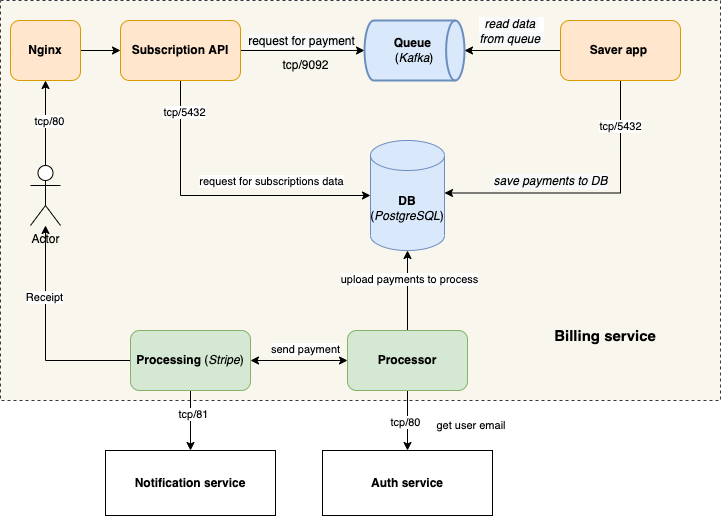
Above: scheme/billing_scheme.png in NataliaLaktyushkina/billing_service (draw.io), before the change. Source tidied: cells renumbered, new cells last; positions are measured from the earlier drawing's top-left corner, leaving out a move shared by most shapes.
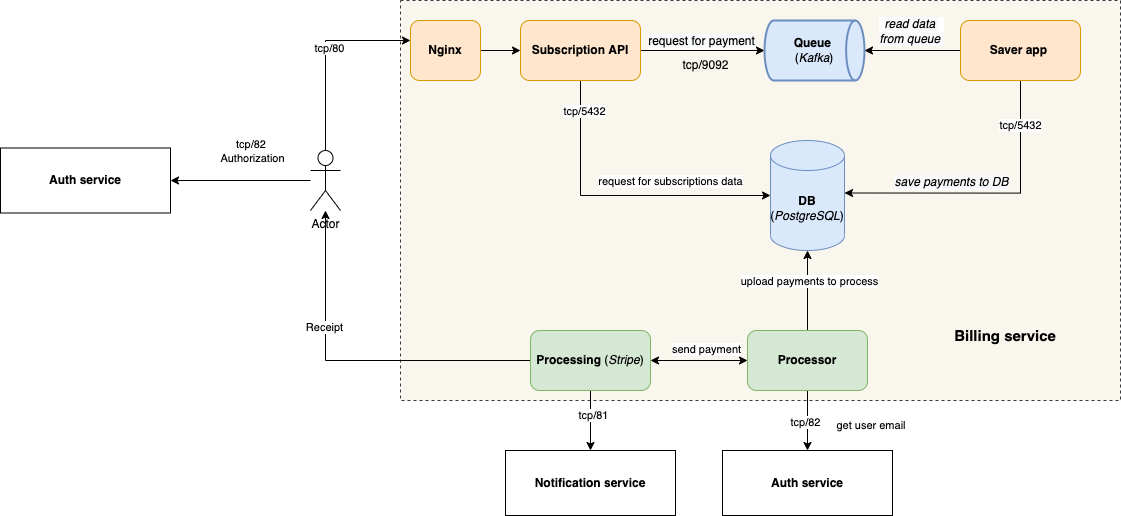
The same file after the commit.

Diff of the diagram source:
```diff
@@ -82,7 +82,7 @@
     <mxCell id="21" style="edgeStyle=orthogonalEdgeStyle;rounded=0;jettySize=auto;html=1;fontSize=15;startArrow=none;startFill=0;" parent="1" edge="1" source="23" target="37">
       <mxGeometry relative="1" as="geometry" />
     </mxCell>
-    <mxCell id="22" value="tcp/80" style="edgeLabel;html=1;align=center;verticalAlign=middle;fontSize=11;" parent="21" vertex="1">
+    <mxCell id="22" value="tcp/82" style="edgeLabel;html=1;align=center;verticalAlign=middle;fontSize=11;" parent="21" vertex="1">
       <mxGeometry x="0.07" y="-2" relative="1" as="geometry">
         <mxPoint x="-1" y="-1" as="offset" />
       </mxGeometry>
@@ -108,15 +108,27 @@
       <mxGeometry x="130" y="330" width="120" height="60" as="geometry" />
     </mxCell>
     <mxCell id="29" style="edgeStyle=orthogonalEdgeStyle;rounded=0;jettySize=auto;html=1;startArrow=none;startFill=0;" parent="1" edge="1" source="31" target="33">
-      <mxGeometry relative="1" as="geometry" />
+      <mxGeometry relative="1" as="geometry">
+        <Array as="points">
+          <mxPoint x="-75" y="40" />
+        </Array>
+      </mxGeometry>
     </mxCell>
     <mxCell id="30" value="tcp/80" style="edgeLabel;html=1;align=center;verticalAlign=middle;" parent="29" vertex="1">
       <mxGeometry x="0.04" y="-3" relative="1" as="geometry">
         <mxPoint y="-1" as="offset" />
       </mxGeometry>
     </mxCell>
+    <mxCell id="39" style="edgeStyle=orthogonalEdgeStyle;rounded=0;jettySize=auto;html=1;entryX=1;entryY=0.5;entryDx=0;entryDy=0;fontSize=11;startArrow=none;startFill=0;" parent="1" edge="1" source="31" target="41">
+      <mxGeometry relative="1" as="geometry" />
+    </mxCell>
+    <mxCell id="40" value="tcp/82&amp;nbsp;&lt;br&gt;Authorization" style="edgeLabel;html=1;align=center;verticalAlign=middle;fontSize=11;" parent="39" vertex="1">
+      <mxGeometry x="0.12" y="-5" relative="1" as="geometry">
+        <mxPoint x="19" y="-25" as="offset" />
+      </mxGeometry>
+    </mxCell>
     <mxCell id="31" value="Actor" style="shape=umlActor;verticalLabelPosition=bottom;verticalAlign=top;html=1;outlineConnect=0;" parent="1" vertex="1">
-      <mxGeometry x="30" y="165" width="30" height="60" as="geometry" />
+      <mxGeometry x="-90" y="150" width="30" height="60" as="geometry" />
     </mxCell>
     <mxCell id="32" style="edgeStyle=orthogonalEdgeStyle;rounded=0;jettySize=auto;html=1;startArrow=none;startFill=0;" parent="1" edge="1" source="33" target="8">
       <mxGeometry relative="1" as="geometry" />
@@ -139,5 +151,8 @@
     <mxCell id="38" value="get user email" style="text;html=1;strokeColor=none;fillColor=none;align=center;verticalAlign=middle;whiteSpace=wrap;rounded=0;shadow=0;glass=0;dashed=1;fontSize=11;" parent="1" vertex="1">
       <mxGeometry x="432" y="410" width="78" height="30" as="geometry" />
     </mxCell>
+    <mxCell id="41" value="&lt;b&gt;Auth service&lt;/b&gt;" style="rounded=0;whiteSpace=wrap;html=1;" parent="1" vertex="1">
+      <mxGeometry x="-400" y="147.5" width="170" height="65" as="geometry" />
+    </mxCell>
   </root>
 </mxGraphModel>
```
